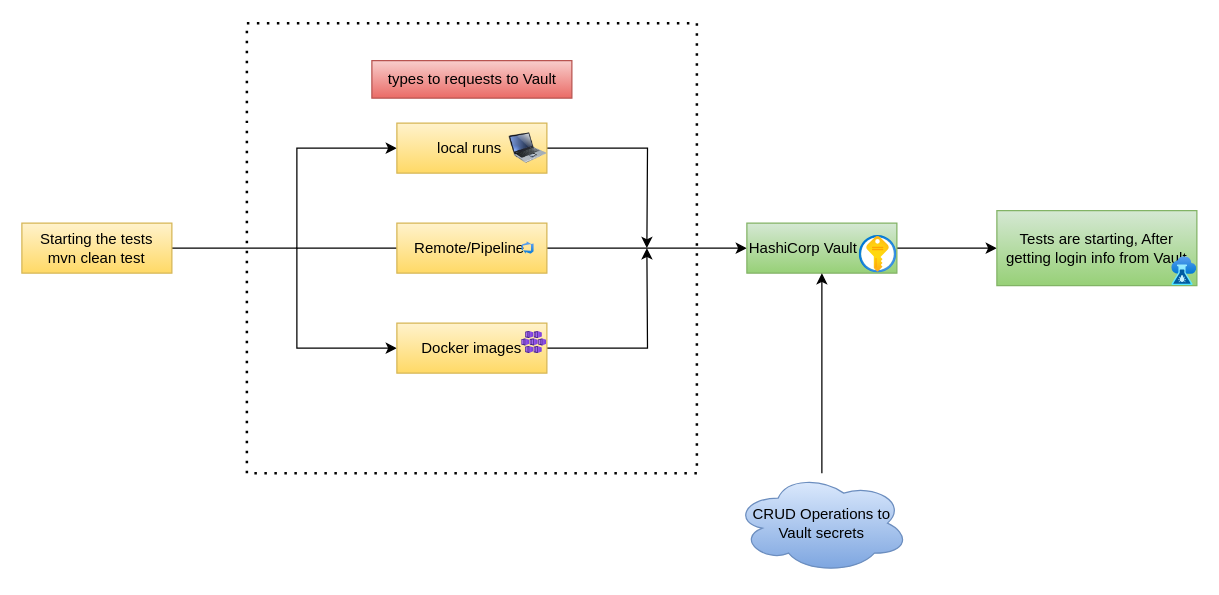
This is Untitled Diagram.drawio from kumago01/karate, a draw.io file, before an edit. Source tidied: cells renumbered, new cells numbered last; positions are measured from the earlier drawing's top-left corner, leaving out a move shared by most shapes. Both pictures are drawn from the tidied source at 125%, with x=0, y=0 at pixel (21, 22).
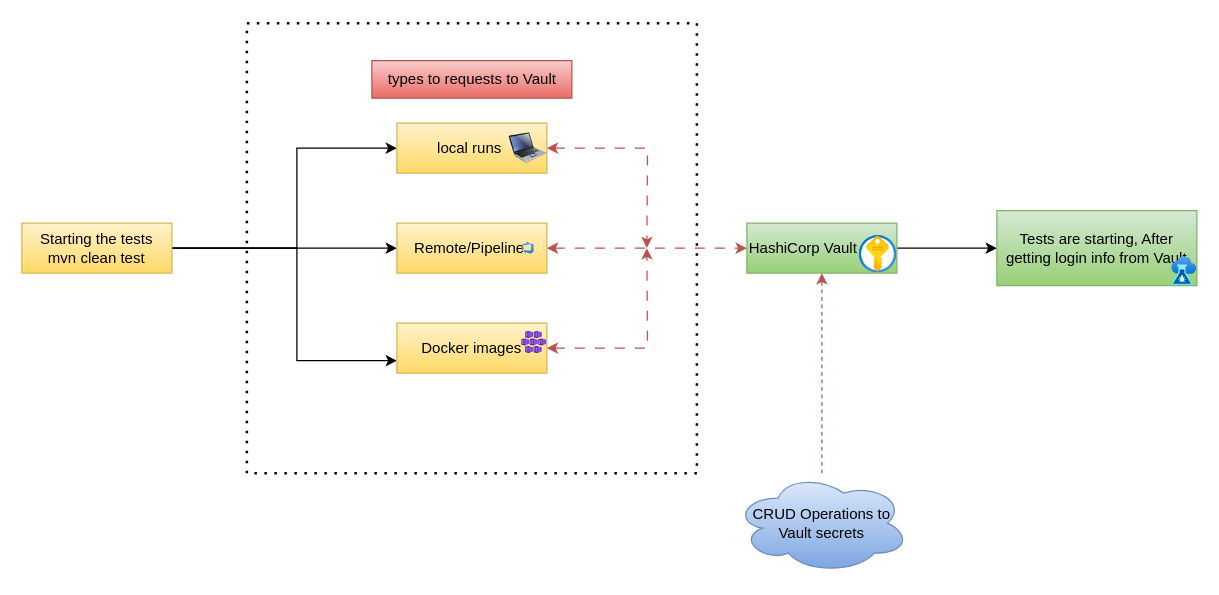
Above is the later version.

Commit message:
hashicorp_demo

The change refers to these unchanged cells:
```xml
<mxCell id="3" value="Starting the tests&lt;br&gt;mvn clean test" style="rounded=0;whiteSpace=wrap;html=1;fillColor=#fff2cc;gradientColor=#ffd966;strokeColor=#d6b656;" parent="1" vertex="1">
  <mxGeometry y="160" width="120" height="40" as="geometry" />
</mxCell>
<mxCell id="5" value="local runs&amp;nbsp;" style="whiteSpace=wrap;html=1;rounded=0;fillColor=#fff2cc;gradientColor=#ffd966;strokeColor=#d6b656;" parent="1" vertex="1">
  <mxGeometry x="300" y="80" width="120" height="40" as="geometry" />
</mxCell>
<mxCell id="8" value="Remote/Pipeline&lt;span style=&quot;white-space: pre;&quot;&gt; &lt;/span&gt;" style="whiteSpace=wrap;html=1;rounded=0;fillColor=#fff2cc;gradientColor=#ffd966;strokeColor=#d6b656;" parent="1" vertex="1">
  <mxGeometry x="300" y="160" width="120" height="40" as="geometry" />
</mxCell>
<mxCell id="10" value="Docker images" style="whiteSpace=wrap;html=1;rounded=0;fillColor=#fff2cc;gradientColor=#ffd966;strokeColor=#d6b656;" parent="1" vertex="1">
  <mxGeometry x="300" y="240" width="120" height="40" as="geometry" />
</mxCell>
<mxCell id="12" value="HashiCorp Vault" style="rounded=0;whiteSpace=wrap;html=1;fillColor=#d5e8d4;gradientColor=#97d077;strokeColor=#82b366;align=left;" parent="1" vertex="1">
  <mxGeometry x="580" y="160" width="120" height="40" as="geometry" />
</mxCell>
<mxCell id="22" value="CRUD Operations to Vault secrets" style="ellipse;shape=cloud;whiteSpace=wrap;html=1;fillColor=#dae8fc;gradientColor=#7ea6e0;strokeColor=#6c8ebf;" parent="1" vertex="1">
  <mxGeometry x="570" y="360" width="140" height="80" as="geometry" />
</mxCell>
```

Change to the diagram source:
```diff
@@
+    <mxCell id="23" style="edgeStyle=orthogonalEdgeStyle;rounded=0;jettySize=auto;html=1;entryX=0;entryY=0.5;entryDx=0;entryDy=0;" parent="1" edge="1" source="3" target="8">
+      <mxGeometry relative="1" as="geometry" />
+    </mxCell>
+    <mxCell id="24" style="edgeStyle=orthogonalEdgeStyle;rounded=0;jettySize=auto;html=1;entryX=0;entryY=0.75;entryDx=0;entryDy=0;" parent="1" edge="1" source="3" target="10">
+      <mxGeometry relative="1" as="geometry">
+        <Array as="points">
+          <mxPoint x="220" y="180" />
+          <mxPoint x="220" y="270" />
+        </Array>
+      </mxGeometry>
+    </mxCell>
@@
-    <mxCell id="4" style="edgeStyle=orthogonalEdgeStyle;rounded=0;jettySize=auto;html=1;exitX=1;exitY=0.5;exitDx=0;exitDy=0;" parent="1" edge="1" source="5">
+    <mxCell id="4" style="edgeStyle=orthogonalEdgeStyle;rounded=0;jettySize=auto;html=1;exitX=1;exitY=0.5;exitDx=0;exitDy=0;startArrow=classic;startFill=1;fillColor=#f8cecc;strokeColor=#b85450;dashed=1;dashPattern=8 8;gradientColor=#ea6b66;" parent="1" edge="1" source="5">
       <mxGeometry relative="1" as="geometry">
         <mxPoint x="500" y="180" as="targetPoint" />
       </mxGeometry>
     </mxCell>
@@
-    <mxCell id="6" style="edgeStyle=orthogonalEdgeStyle;rounded=0;jettySize=auto;html=1;" parent="1" edge="1" source="8" target="10">
-      <mxGeometry relative="1" as="geometry">
-        <Array as="points">
-          <mxPoint x="220" y="180" />
-          <mxPoint x="220" y="260" />
-        </Array>
-      </mxGeometry>
-    </mxCell>
-    <mxCell id="7" style="edgeStyle=orthogonalEdgeStyle;rounded=0;jettySize=auto;html=1;" parent="1" edge="1" source="8" target="12">
+    <mxCell id="7" style="rounded=0;jettySize=auto;html=1;endArrow=classic;endFill=1;startArrow=classic;startFill=1;fillColor=#f8cecc;gradientColor=#ea6b66;strokeColor=#b85450;dashed=1;dashPattern=8 8;" parent="1" edge="1" source="8" target="12">
       <mxGeometry relative="1" as="geometry">
         <Array as="points">
-          <mxPoint x="580" y="170" />
-          <mxPoint x="580" y="170" />
+          <mxPoint x="470" y="180" />
         </Array>
       </mxGeometry>
     </mxCell>
@@
-    <mxCell id="9" style="edgeStyle=orthogonalEdgeStyle;rounded=0;jettySize=auto;html=1;exitX=1;exitY=0.5;exitDx=0;exitDy=0;" parent="1" edge="1" source="10">
+    <mxCell id="9" style="edgeStyle=orthogonalEdgeStyle;rounded=0;jettySize=auto;html=1;exitX=1;exitY=0.5;exitDx=0;exitDy=0;startArrow=classic;startFill=1;dashed=1;fillColor=#f8cecc;gradientColor=#ea6b66;strokeColor=#b85450;dashPattern=8 8;" parent="1" edge="1" source="10">
       <mxGeometry relative="1" as="geometry">
         <mxPoint x="500" y="180" as="targetPoint" />
       </mxGeometry>
     </mxCell>
@@
-    <mxCell id="21" style="edgeStyle=orthogonalEdgeStyle;rounded=0;jettySize=auto;html=1;entryX=0.5;entryY=1;entryDx=0;entryDy=0;" parent="1" edge="1" source="22" target="12">
+    <mxCell id="21" style="edgeStyle=orthogonalEdgeStyle;rounded=0;jettySize=auto;html=1;entryX=0.5;entryY=1;entryDx=0;entryDy=0;fillColor=#f8cecc;gradientColor=#ea6b66;strokeColor=#b85450;dashed=1;" parent="1" edge="1" source="22" target="12">
       <mxGeometry relative="1" as="geometry">
         <Array as="points">
           <mxPoint x="640" y="370" />
           <mxPoint x="640" y="370" />
         </Array>
       </mxGeometry>
     </mxCell>
```
